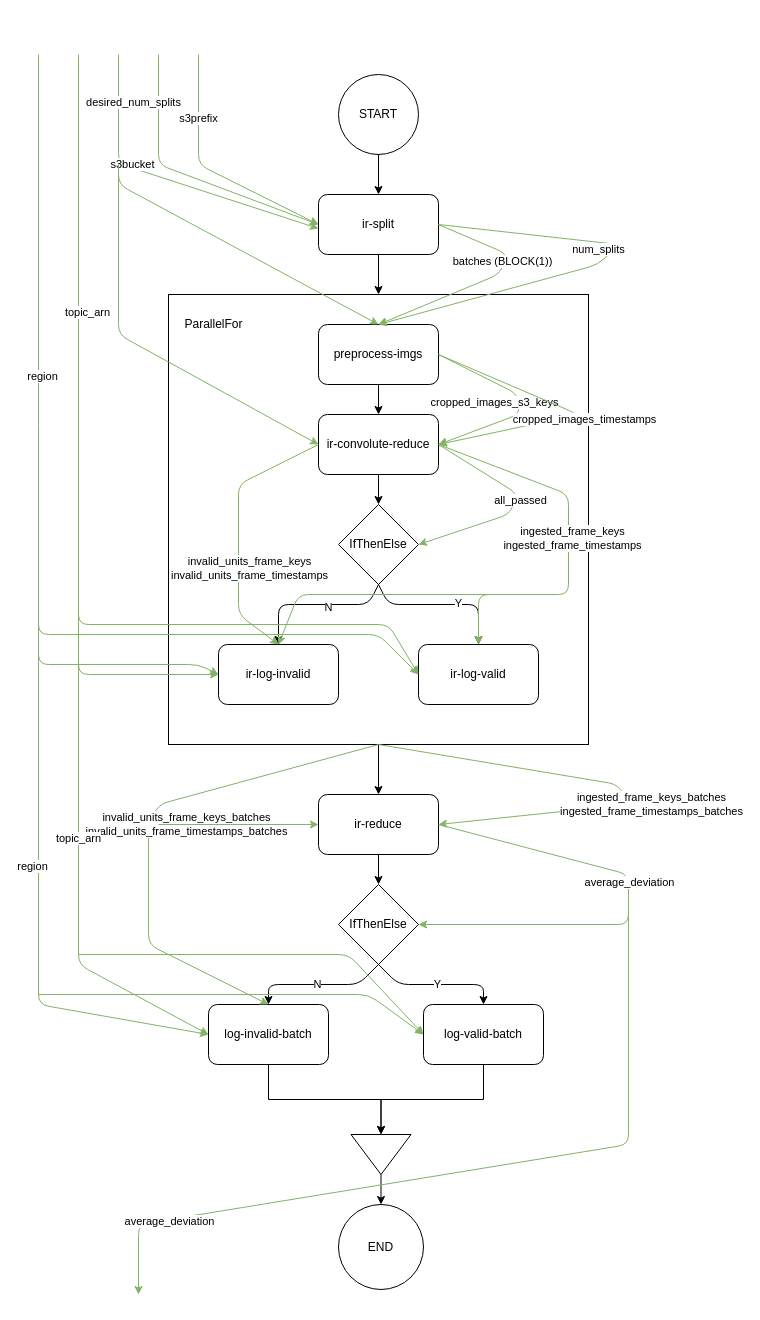
The draw.io diagram diagrams/ir.drawio in gipfelen/Image-Convolution, before the edit. Source tidied: cells renumbered, new cells numbered last; positions are measured from the earlier drawing's top-left corner, leaving out a move shared by most shapes. Both pictures are drawn from the tidied source at 100%, with x=0, y=0 at pixel (38, 54).
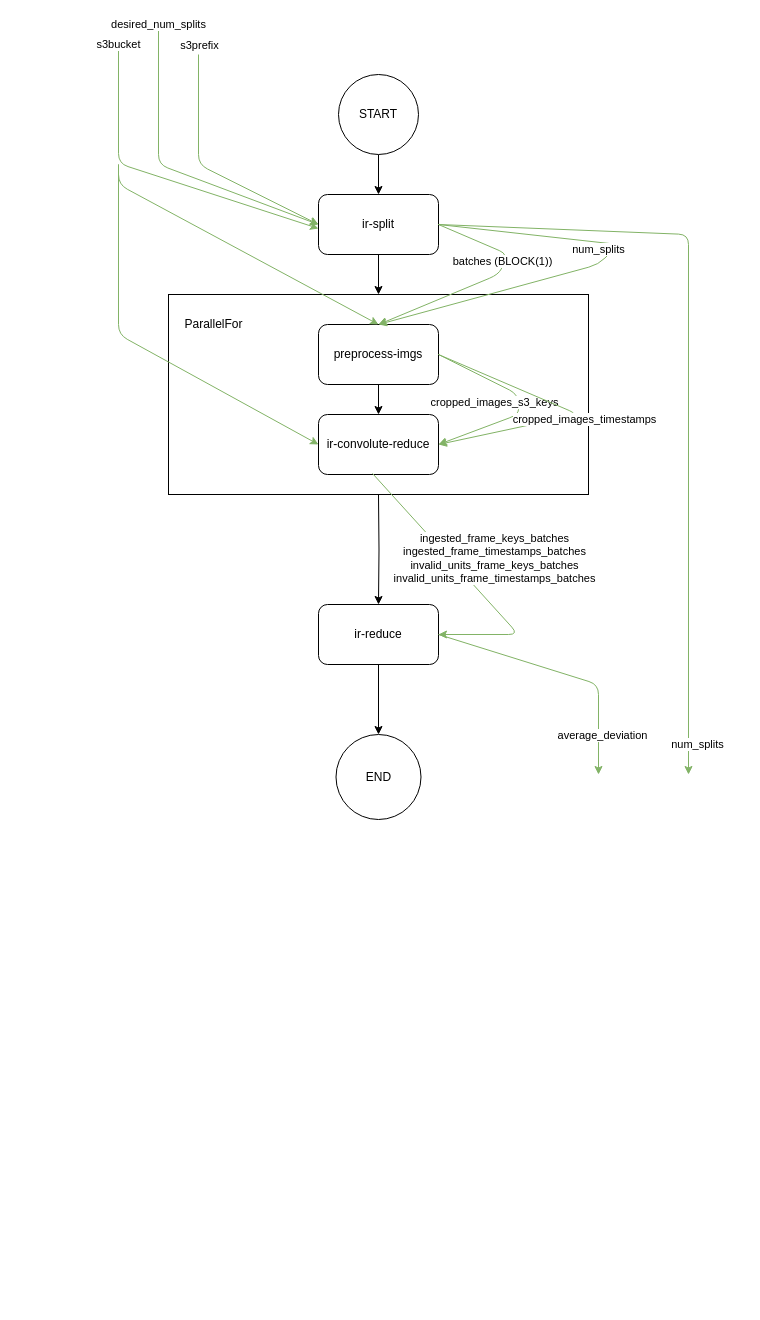
After the change.

Unchanged cells that the change refers to:
```xml
<mxCell id="19" value="ir-split" style="rounded=1;whiteSpace=wrap;html=1;" parent="1" vertex="1">
  <mxGeometry x="280" y="140" width="120" height="60" as="geometry" />
</mxCell>
<mxCell id="22" value="ir-convolute-reduce" style="rounded=1;whiteSpace=wrap;html=1;" parent="1" vertex="1">
  <mxGeometry x="280" y="360" width="120" height="60" as="geometry" />
</mxCell>
<mxCell id="33" style="endArrow=classic;html=1;entryX=0;entryY=0.5;entryDx=0;entryDy=0;fillColor=#d5e8d4;strokeColor=#82b366;" parent="1" edge="1" target="19">
  <mxGeometry relative="1" as="geometry">
    <mxPoint x="160" as="sourcePoint" />
    <Array as="points">
      <mxPoint x="160" y="110" />
    </Array>
  </mxGeometry>
</mxCell>
```

The edit, as a diff of the source:
```diff
@@
-    <mxCell id="2" style="edgeStyle=orthogonalEdgeStyle;rounded=0;jettySize=auto;html=1;exitX=0.5;exitY=1;exitDx=0;exitDy=0;entryX=0.5;entryY=0;entryDx=0;entryDy=0;" parent="1" edge="1" source="3" target="10">
-      <mxGeometry relative="1" as="geometry" />
-    </mxCell>
     <mxCell id="3" style="rounded=0;whiteSpace=wrap;html=1;" parent="1" vertex="1">
-      <mxGeometry x="130" y="240" width="420" height="450" as="geometry" />
+      <mxGeometry x="130" y="240" width="420" height="200" as="geometry" />
     </mxCell>
@@
-    <mxCell id="8" value="ir-log-invalid" style="rounded=1;whiteSpace=wrap;html=1;" parent="1" vertex="1">
-      <mxGeometry x="180" y="590" width="120" height="60" as="geometry" />
-    </mxCell>
-    <mxCell id="9" style="edgeStyle=orthogonalEdgeStyle;rounded=0;jettySize=auto;html=1;exitX=0.5;exitY=1;exitDx=0;exitDy=0;" parent="1" edge="1" source="10" target="23">
+    <mxCell id="9" style="edgeStyle=orthogonalEdgeStyle;rounded=0;jettySize=auto;html=1;exitX=0.5;exitY=1;exitDx=0;exitDy=0;entryX=0.5;entryY=0;entryDx=0;entryDy=0;" parent="1" edge="1" source="10" target="11">
       <mxGeometry relative="1" as="geometry" />
     </mxCell>
     <mxCell id="10" value="ir-reduce" style="rounded=1;whiteSpace=wrap;html=1;" parent="1" vertex="1">
-      <mxGeometry x="280" y="740" width="120" height="60" as="geometry" />
+      <mxGeometry x="280" y="550" width="120" height="60" as="geometry" />
     </mxCell>
     <mxCell id="11" value="END" style="ellipse;whiteSpace=wrap;html=1;" parent="1" vertex="1">
-      <mxGeometry x="300" y="1150" width="85" height="85" as="geometry" />
+      <mxGeometry x="297.5" y="680" width="85" height="85" as="geometry" />
     </mxCell>
-    <mxCell id="12" value="IfThenElse" style="rhombus;whiteSpace=wrap;html=1;" parent="1" vertex="1">
-      <mxGeometry x="300" y="450" width="80" height="80" as="geometry" />
-    </mxCell>
-    <mxCell id="13" value="ir-log-valid" style="rounded=1;whiteSpace=wrap;html=1;" parent="1" vertex="1">
-      <mxGeometry x="380" y="590" width="120" height="60" as="geometry" />
-    </mxCell>
-    <mxCell id="14" style="endArrow=classic;html=1;exitX=0.5;exitY=1;exitDx=0;exitDy=0;entryX=0.5;entryY=0;entryDx=0;entryDy=0;fillColor=#d5e8d4;" parent="1" edge="1" source="12" target="8">
-      <mxGeometry relative="1" as="geometry">
-        <Array as="points">
-          <mxPoint x="330" y="550" />
-          <mxPoint x="240" y="550" />
-        </Array>
-      </mxGeometry>
-    </mxCell>
-    <mxCell id="15" value="N" style="edgeLabel;html=1;align=center;verticalAlign=middle;" parent="14" vertex="1">
-      <mxGeometry x="-0.17" y="2" relative="1" as="geometry" />
-    </mxCell>
-    <mxCell id="16" style="endArrow=classic;html=1;exitX=0.5;exitY=1;exitDx=0;exitDy=0;entryX=0.5;entryY=0;entryDx=0;entryDy=0;fillColor=#d5e8d4;" parent="1" edge="1" source="12" target="13">
-      <mxGeometry relative="1" as="geometry">
-        <Array as="points">
-          <mxPoint x="350" y="550" />
-          <mxPoint x="440" y="550" />
-        </Array>
-      </mxGeometry>
-    </mxCell>
-    <mxCell id="17" value="Y" style="edgeLabel;html=1;align=center;verticalAlign=middle;" parent="16" vertex="1">
-      <mxGeometry x="0.21" y="2" relative="1" as="geometry" />
-    </mxCell>
@@
-    <mxCell id="21" style="edgeStyle=orthogonalEdgeStyle;rounded=0;jettySize=auto;html=1;exitX=0.5;exitY=1;exitDx=0;exitDy=0;entryX=0.5;entryY=0;entryDx=0;entryDy=0;" parent="1" edge="1" source="22" target="12">
-      <mxGeometry relative="1" as="geometry" />
-    </mxCell>
+    <mxCell id="71" style="edgeStyle=orthogonalEdgeStyle;rounded=0;jettySize=auto;html=1;" parent="1" edge="1" target="10">
+      <mxGeometry relative="1" as="geometry">
+        <mxPoint x="340" y="440" as="sourcePoint" />
+      </mxGeometry>
+    </mxCell>
@@
-    <mxCell id="23" value="IfThenElse" style="rhombus;whiteSpace=wrap;html=1;" parent="1" vertex="1">
-      <mxGeometry x="300" y="830" width="80" height="80" as="geometry" />
-    </mxCell>
-    <mxCell id="24" style="edgeStyle=orthogonalEdgeStyle;rounded=0;jettySize=auto;html=1;exitX=0.5;exitY=1;exitDx=0;exitDy=0;" parent="1" edge="1" source="25" target="70">
-      <mxGeometry relative="1" as="geometry" />
-    </mxCell>
-    <mxCell id="25" value="log-valid-batch" style="rounded=1;whiteSpace=wrap;html=1;" parent="1" vertex="1">
-      <mxGeometry x="385" y="950" width="120" height="60" as="geometry" />
-    </mxCell>
-    <mxCell id="26" style="edgeStyle=orthogonalEdgeStyle;rounded=0;jettySize=auto;html=1;exitX=0.5;exitY=1;exitDx=0;exitDy=0;entryX=0;entryY=0.5;entryDx=0;entryDy=0;" parent="1" edge="1" source="27" target="70">
-      <mxGeometry relative="1" as="geometry" />
-    </mxCell>
-    <mxCell id="27" value="log-invalid-batch" style="rounded=1;whiteSpace=wrap;html=1;" parent="1" vertex="1">
-      <mxGeometry x="170" y="950" width="120" height="60" as="geometry" />
-    </mxCell>
-    <mxCell id="28" value="N" style="endArrow=classic;html=1;exitX=0.5;exitY=1;exitDx=0;exitDy=0;entryX=0.5;entryY=0;entryDx=0;entryDy=0;" parent="1" edge="1" source="23" target="27">
-      <mxGeometry relative="1" as="geometry">
-        <Array as="points">
-          <mxPoint x="320" y="930" />
-          <mxPoint x="230" y="930" />
-        </Array>
-      </mxGeometry>
-    </mxCell>
-    <mxCell id="29" value="Y" style="endArrow=classic;html=1;exitX=0.5;exitY=1;exitDx=0;exitDy=0;entryX=0.5;entryY=0;entryDx=0;entryDy=0;" parent="1" edge="1" source="23" target="25">
-      <mxGeometry relative="1" as="geometry">
-        <Array as="points">
-          <mxPoint x="360" y="930" />
-          <mxPoint x="445" y="930" />
-        </Array>
-      </mxGeometry>
-    </mxCell>
-    <mxCell id="30" style="edgeStyle=orthogonalEdgeStyle;rounded=0;jettySize=auto;html=1;exitX=1;exitY=0.5;exitDx=0;exitDy=0;entryX=0.5;entryY=0;entryDx=0;entryDy=0;" parent="1" edge="1" source="70" target="11">
-      <mxGeometry relative="1" as="geometry" />
-    </mxCell>
     <mxCell id="31" value="s3bucket" style="endArrow=classic;html=1;entryX=0;entryY=0.5;entryDx=0;entryDy=0;fillColor=#d5e8d4;strokeColor=#82b366;" parent="1" edge="1">
-      <mxGeometry x="-0.23" y="3" relative="1" as="geometry">
-        <mxPoint x="80" as="sourcePoint" />
+      <mxGeometry x="-1" relative="1" as="geometry">
+        <mxPoint x="80" y="-10" as="sourcePoint" />
         <mxPoint x="280" y="174" as="targetPoint" />
         <Array as="points">
           <mxPoint x="80" y="109" />
         </Array>
       </mxGeometry>
     </mxCell>
     <mxCell id="32" value="desired_num_splits" style="endArrow=classic;html=1;entryX=0;entryY=0.5;entryDx=0;entryDy=0;fillColor=#d5e8d4;strokeColor=#82b366;" parent="1" edge="1" target="19">
-      <mxGeometry x="-0.66" y="-25" relative="1" as="geometry">
-        <mxPoint x="120" as="sourcePoint" />
+      <mxGeometry x="-1" relative="1" as="geometry">
+        <mxPoint x="120" y="-30" as="sourcePoint" />
         <Array as="points">
           <mxPoint x="120" y="110" />
         </Array>
       </mxGeometry>
     </mxCell>
@@
     <mxCell id="34" value="s3prefix" style="edgeLabel;html=1;align=center;verticalAlign=middle;" parent="33" vertex="1">
-      <mxGeometry x="-0.48" y="-1" relative="1" as="geometry" />
+      <mxGeometry x="-0.48" y="-1" relative="1" as="geometry">
+        <mxPoint x="1" y="-73" as="offset" />
+      </mxGeometry>
     </mxCell>
@@
-    <mxCell id="45" style="endArrow=classic;html=1;exitX=1;exitY=0.5;exitDx=0;exitDy=0;fillColor=#d5e8d4;strokeColor=#82b366;entryX=1;entryY=0.5;entryDx=0;entryDy=0;" parent="1" edge="1" source="22" target="12">
-      <mxGeometry relative="1" as="geometry">
-        <Array as="points">
-          <mxPoint x="480" y="440" />
-          <mxPoint x="470" y="460" />
-        </Array>
-      </mxGeometry>
-    </mxCell>
-    <mxCell id="46" value="all_passed" style="edgeLabel;html=1;align=center;verticalAlign=middle;" parent="45" vertex="1">
-      <mxGeometry x="-0.39" y="-2" relative="1" as="geometry">
-        <mxPoint x="27" y="19" as="offset" />
-      </mxGeometry>
-    </mxCell>
-    <mxCell id="47" value="topic_arn" style="endArrow=classic;html=1;fillColor=#d5e8d4;strokeColor=#82b366;entryX=0;entryY=0.5;entryDx=0;entryDy=0;" parent="1" edge="1" target="8">
-      <mxGeometry x="-0.32" y="9" relative="1" as="geometry">
-        <mxPoint x="40" as="sourcePoint" />
-        <Array as="points">
-          <mxPoint x="40" y="540" />
-          <mxPoint x="40" y="620" />
-        </Array>
-      </mxGeometry>
-    </mxCell>
-    <mxCell id="48" value="region" style="endArrow=classic;html=1;fillColor=#d5e8d4;strokeColor=#82b366;entryX=0;entryY=0.5;entryDx=0;entryDy=0;" parent="1" edge="1" target="13">
-      <mxGeometry x="-0.34" y="4" relative="1" as="geometry">
-        <mxPoint as="sourcePoint" />
-        <Array as="points">
-          <mxPoint y="380" />
-          <mxPoint y="580" />
-          <mxPoint x="340" y="580" />
-        </Array>
-      </mxGeometry>
-    </mxCell>
-    <mxCell id="49" style="endArrow=classic;html=1;exitX=1;exitY=0.5;exitDx=0;exitDy=0;fillColor=#d5e8d4;strokeColor=#82b366;entryX=0.5;entryY=0;entryDx=0;entryDy=0;" parent="1" edge="1" source="22" target="8">
-      <mxGeometry relative="1" as="geometry">
-        <Array as="points">
-          <mxPoint x="530" y="440" />
-          <mxPoint x="530" y="540" />
-          <mxPoint x="260" y="540" />
-        </Array>
-      </mxGeometry>
-    </mxCell>
-    <mxCell id="50" value="ingested_frame_keys&lt;br&gt;ingested_frame_timestamps" style="edgeLabel;html=1;align=center;verticalAlign=middle;" parent="49" vertex="1">
-      <mxGeometry x="-0.39" y="-2" relative="1" as="geometry">
-        <mxPoint x="5.9" y="11.2" as="offset" />
-      </mxGeometry>
-    </mxCell>
-    <mxCell id="51" style="endArrow=classic;html=1;exitX=0;exitY=0.5;exitDx=0;exitDy=0;fillColor=#d5e8d4;strokeColor=#82b366;entryX=0.5;entryY=0;entryDx=0;entryDy=0;" parent="1" edge="1" source="22" target="8">
-      <mxGeometry relative="1" as="geometry">
-        <Array as="points">
-          <mxPoint x="200" y="430" />
-          <mxPoint x="200" y="560" />
-        </Array>
-      </mxGeometry>
-    </mxCell>
-    <mxCell id="52" value="invalid_units_frame_keys&lt;br&gt;invalid_units_frame_timestamps" style="edgeLabel;html=1;align=center;verticalAlign=middle;" parent="51" vertex="1">
-      <mxGeometry x="-0.39" y="-2" relative="1" as="geometry">
-        <mxPoint x="5" y="89" as="offset" />
-      </mxGeometry>
-    </mxCell>
-    <mxCell id="53" style="endArrow=classic;html=1;exitX=1;exitY=0.5;exitDx=0;exitDy=0;entryX=1;entryY=0.5;entryDx=0;entryDy=0;fillColor=#d5e8d4;strokeColor=#82b366;" parent="1" edge="1" source="10" target="23">
+    <mxCell id="53" style="endArrow=classic;html=1;exitX=1;exitY=0.5;exitDx=0;exitDy=0;fillColor=#d5e8d4;strokeColor=#82b366;" parent="1" edge="1" source="10">
       <mxGeometry relative="1" as="geometry">
+        <mxPoint x="560" y="720" as="targetPoint" />
         <Array as="points">
-          <mxPoint x="590" y="820" />
-          <mxPoint x="590" y="870" />
+          <mxPoint x="560" y="630" />
         </Array>
       </mxGeometry>
     </mxCell>
     <mxCell id="54" value="average_deviation" style="edgeLabel;html=1;align=center;verticalAlign=middle;" parent="53" vertex="1">
       <mxGeometry x="-0.12" relative="1" as="geometry">
-        <mxPoint y="3" as="offset" />
+        <mxPoint x="56" y="67" as="offset" />
       </mxGeometry>
     </mxCell>
-    <mxCell id="55" style="endArrow=classic;html=1;exitX=0.5;exitY=1;exitDx=0;exitDy=0;fillColor=#d5e8d4;strokeColor=#82b366;" parent="1" edge="1" source="3">
-      <mxGeometry relative="1" as="geometry">
-        <mxPoint x="230" y="950" as="targetPoint" />
-        <Array as="points">
-          <mxPoint x="120" y="750" />
-          <mxPoint x="110" y="770" />
-          <mxPoint x="110" y="890" />
-        </Array>
-      </mxGeometry>
-    </mxCell>
-    <mxCell id="56" value="invalid_units_frame_keys_batches&lt;br&gt;invalid_units_frame_timestamps_batches" style="edgeLabel;html=1;align=center;verticalAlign=middle;" parent="55" vertex="1">
-      <mxGeometry x="-0.01" y="1" relative="1" as="geometry">
-        <mxPoint x="36" as="offset" />
-      </mxGeometry>
-    </mxCell>
-    <mxCell id="57" style="endArrow=classic;html=1;entryX=0;entryY=0.5;entryDx=0;entryDy=0;fillColor=#d5e8d4;strokeColor=#82b366;" parent="1" edge="1" target="27">
-      <mxGeometry relative="1" as="geometry">
-        <mxPoint y="380" as="sourcePoint" />
-        <Array as="points">
-          <mxPoint y="950" />
-        </Array>
-      </mxGeometry>
-    </mxCell>
-    <mxCell id="58" value="region" style="edgeLabel;html=1;align=center;verticalAlign=middle;" parent="57" vertex="1">
-      <mxGeometry x="0.68" y="1" relative="1" as="geometry">
-        <mxPoint x="-59.5" y="-146.5" as="offset" />
-      </mxGeometry>
-    </mxCell>
-    <mxCell id="59" value="topic_arn" style="endArrow=classic;html=1;entryX=0;entryY=0.5;entryDx=0;entryDy=0;fillColor=#d5e8d4;strokeColor=#82b366;" parent="1" edge="1" target="27">
-      <mxGeometry relative="1" as="geometry">
-        <mxPoint x="40" y="510" as="sourcePoint" />
-        <Array as="points">
-          <mxPoint x="40" y="910" />
-        </Array>
-      </mxGeometry>
-    </mxCell>
-    <mxCell id="60" style="endArrow=classic;html=1;entryX=0;entryY=0.5;entryDx=0;entryDy=0;fillColor=#d5e8d4;strokeColor=#82b366;" parent="1" edge="1" target="25">
-      <mxGeometry relative="1" as="geometry">
-        <mxPoint y="940" as="sourcePoint" />
-        <Array as="points">
-          <mxPoint x="330" y="940" />
-        </Array>
-      </mxGeometry>
-    </mxCell>
-    <mxCell id="61" style="endArrow=classic;html=1;entryX=0;entryY=0.5;entryDx=0;entryDy=0;fillColor=#d5e8d4;strokeColor=#82b366;" parent="1" edge="1" target="25">
-      <mxGeometry relative="1" as="geometry">
-        <mxPoint x="40" y="900" as="sourcePoint" />
-        <Array as="points">
-          <mxPoint x="310" y="900" />
-        </Array>
-      </mxGeometry>
-    </mxCell>
-    <mxCell id="62" style="endArrow=classic;html=1;fillColor=#d5e8d4;strokeColor=#82b366;" parent="1" edge="1">
-      <mxGeometry relative="1" as="geometry">
-        <mxPoint x="590" y="850" as="sourcePoint" />
-        <mxPoint x="100" y="1240" as="targetPoint" />
-        <Array as="points">
-          <mxPoint x="590" y="1090" />
-          <mxPoint x="100" y="1170" />
-        </Array>
-      </mxGeometry>
-    </mxCell>
-    <mxCell id="63" value="average_deviation" style="edgeLabel;html=1;align=center;verticalAlign=middle;" parent="62" vertex="1">
-      <mxGeometry x="0.75" y="1" relative="1" as="geometry" />
-    </mxCell>
-    <mxCell id="64" style="endArrow=classic;html=1;fillColor=#d5e8d4;strokeColor=#82b366;" parent="1" edge="1">
-      <mxGeometry relative="1" as="geometry">
-        <mxPoint x="120" y="770" as="sourcePoint" />
-        <mxPoint x="280" y="770" as="targetPoint" />
-      </mxGeometry>
-    </mxCell>
-    <mxCell id="65" style="endArrow=classic;html=1;exitX=0.5;exitY=1;exitDx=0;exitDy=0;entryX=1;entryY=0.5;entryDx=0;entryDy=0;fillColor=#d5e8d4;strokeColor=#82b366;" parent="1" edge="1" source="3" target="10">
+    <mxCell id="65" style="endArrow=classic;html=1;exitX=0.45;exitY=0.983;exitDx=0;exitDy=0;entryX=1;entryY=0.5;entryDx=0;entryDy=0;fillColor=#d5e8d4;strokeColor=#82b366;exitPerimeter=0;" parent="1" edge="1" source="22" target="10">
       <mxGeometry relative="1" as="geometry">
         <Array as="points">
-          <mxPoint x="580" y="730" />
-          <mxPoint x="590" y="750" />
+          <mxPoint x="480" y="580" />
         </Array>
       </mxGeometry>
     </mxCell>
-    <mxCell id="66" value="ingested_frame_keys_batches&lt;br&gt;ingested_frame_timestamps_batches" style="edgeLabel;html=1;align=center;verticalAlign=middle;" parent="65" vertex="1">
+    <mxCell id="66" value="ingested_frame_keys_batches&lt;br&gt;ingested_frame_timestamps_batches&lt;br&gt;invalid_units_frame_keys_batches&lt;br&gt;invalid_units_frame_timestamps_batches" style="edgeLabel;html=1;align=center;verticalAlign=middle;" parent="65" vertex="1">
       <mxGeometry x="0.1" relative="1" as="geometry">
-        <mxPoint x="29" y="13" as="offset" />
+        <mxPoint x="11" y="-37" as="offset" />
       </mxGeometry>
     </mxCell>
-    <mxCell id="67" style="endArrow=classic;html=1;entryX=0.5;entryY=0;entryDx=0;entryDy=0;fillColor=#d5e8d4;strokeColor=#82b366;" parent="1" edge="1" target="13">
-      <mxGeometry relative="1" as="geometry">
-        <mxPoint x="480" y="540" as="sourcePoint" />
-        <Array as="points">
-          <mxPoint x="440" y="540" />
-        </Array>
-      </mxGeometry>
-    </mxCell>
-    <mxCell id="68" style="endArrow=classic;html=1;entryX=0;entryY=0.5;entryDx=0;entryDy=0;fillColor=#d5e8d4;strokeColor=#82b366;" parent="1" edge="1" target="13">
-      <mxGeometry relative="1" as="geometry">
-        <mxPoint x="40" y="550" as="sourcePoint" />
-        <Array as="points">
-          <mxPoint x="40" y="570" />
-          <mxPoint x="350" y="570" />
-        </Array>
-      </mxGeometry>
-    </mxCell>
-    <mxCell id="69" style="endArrow=classic;html=1;entryX=0;entryY=0.5;entryDx=0;entryDy=0;fillColor=#d5e8d4;strokeColor=#82b366;" parent="1" edge="1" target="8">
-      <mxGeometry relative="1" as="geometry">
-        <mxPoint y="590" as="sourcePoint" />
-        <Array as="points">
-          <mxPoint y="610" />
-          <mxPoint x="160" y="610" />
-        </Array>
-      </mxGeometry>
-    </mxCell>
-    <mxCell id="70" style="triangle;whiteSpace=wrap;html=1;rotation=90;" parent="1" vertex="1">
-      <mxGeometry x="322.5" y="1070" width="40" height="60" as="geometry" />
-    </mxCell>
+    <mxCell id="72" style="endArrow=classic;html=1;fillColor=#d5e8d4;strokeColor=#82b366;" parent="1" edge="1">
+      <mxGeometry relative="1" as="geometry">
+        <mxPoint x="400" y="170" as="sourcePoint" />
+        <mxPoint x="650" y="720" as="targetPoint" />
+        <Array as="points">
+          <mxPoint x="650" y="180" />
+        </Array>
+      </mxGeometry>
+    </mxCell>
+    <mxCell id="73" value="num_splits&lt;br&gt;" style="edgeLabel;html=1;align=center;verticalAlign=middle;" parent="72" vertex="1">
+      <mxGeometry x="-0.39" y="-2" relative="1" as="geometry">
+        <mxPoint x="18" y="508" as="offset" />
+      </mxGeometry>
+    </mxCell>
```
